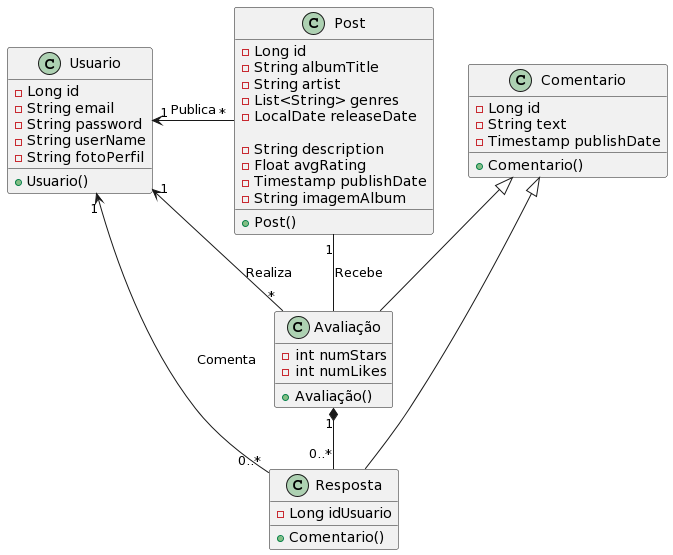
The PlantUML diagram uml.png in thcastilho/devweb, before a commit.
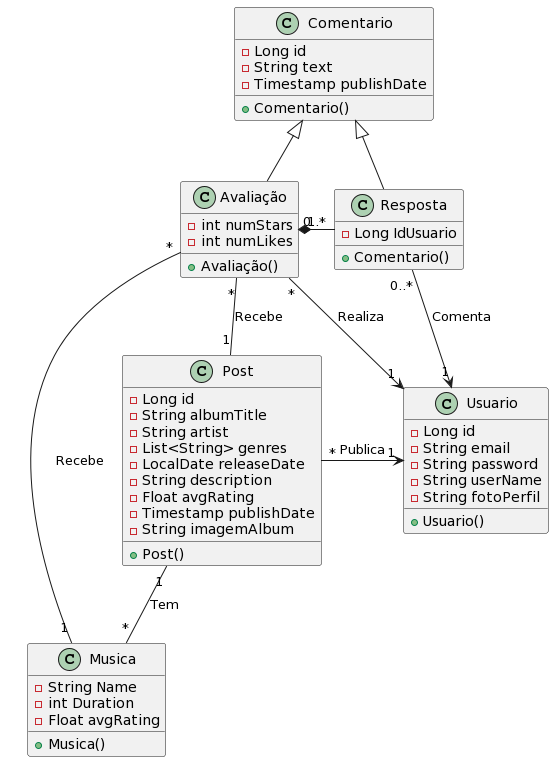
The same file after the commit.

Diff of the diagram source:
```diff
@@ -1,45 +1,61 @@
 @startuml
 class Usuario {
-- Long id
-- String email
-- String password
-- String userName
-- String fotoPerfil
-+ Usuario()
+  - Long id
+  - String email
+  - String password
+  - String userName
+  - String fotoPerfil
+  + Usuario()
 }
+
 class Post {
-- Long id
-- String albumTitle
-- String artist
-- List<String> genres
-- LocalDate releaseDate
+  - Long id
+  - String albumTitle
+  - String artist
+  - List<String> genres
+  - LocalDate releaseDate
+  - String description
+  - Float avgRating
+  - Timestamp publishDate
+  - String imagemAlbum
+  + Post()
+}
 
-- String description
-- Float avgRating
-- Timestamp publishDate
-- String imagemAlbum
-+ Post()
+class Comentario {
+  - Long id
+  - String text
+  - Timestamp publishDate
+  + Comentario()
 }
-class Comentario {
-- Long id
-- String text
-- Timestamp publishDate
-+ Comentario()
+
+class Avaliação {
+  - int numStars
+  - int numLikes
+  + Avaliação()
 }
-class Avaliação {
-- int numStars
-- int numLikes
-+ Avaliação()
+
+class Resposta {
+  - Long IdUsuario
+  + Comentario()
 }
-class Resposta {
-- Long idUsuario
-+ Comentario()
+
+class Musica {
+  - String Name
+  - int Duration
+  - Float avgRating
+  + Musica()
 }
+
 Comentario <|-- Avaliação
 Comentario <|-- Resposta
-Usuario "1" <-right- "*" Post : Publica
-Usuario "1" <-- "*" Avaliação : Realiza
-Usuario "1" <-- "0..*" Resposta : Comenta
-Post "1" -- Avaliação : Recebe
-Avaliação "1" *-- "0..*" Resposta
+
+Usuario "1" <-left- "*" Post : Publica
+Usuario "1" <-up- "*" Avaliação : Realiza
+Usuario "1" <-up- "0..*" Resposta : Comenta
+
+Post "1" -- "*" Musica : Tem
+Post "1" -up- "*" Avaliação : Recebe
+
+Musica "1" -- "*" Avaliação : Recebe
+Avaliação "1" *-right- "0..*" Resposta
 @enduml
```
